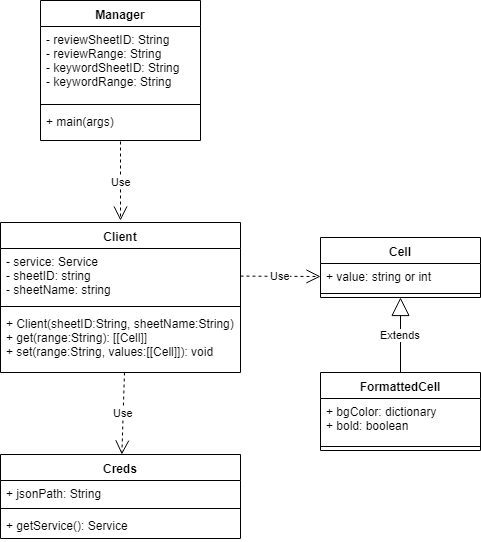
Before: diagrams/classDiagram.png, a diagram exported from draw.io (kevinwinatamichael/sheets-auto-replace). Source tidied: cells renumbered, new cells last; positions are measured from the earlier drawing's top-left corner, leaving out a move shared by most shapes. Its diagram source:
```xml
<mxGraphModel>
  <root>
    <mxCell id="0" />
    <mxCell id="1" parent="0" />
    <mxCell id="2" value="Manager" style="swimlane;fontStyle=1;align=center;verticalAlign=top;horizontal=1;startSize=26;" parent="1" vertex="1">
      <mxGeometry x="40" width="160" height="140" as="geometry" />
    </mxCell>
    <mxCell id="3" value="- reviewSheetID: String&#10;- reviewRange: String&#10;- keywordSheetID: String&#10;- keywordRange: String" style="text;strokeColor=none;fillColor=none;align=left;verticalAlign=top;spacingLeft=4;spacingRight=4;overflow=hidden;" parent="2" vertex="1">
      <mxGeometry y="26" width="160" height="74" as="geometry" />
    </mxCell>
    <mxCell id="4" style="line;strokeWidth=1;fillColor=none;align=left;verticalAlign=middle;spacingTop=-1;spacingLeft=3;spacingRight=3;labelPosition=right;" parent="2" vertex="1">
      <mxGeometry y="100" width="160" height="8" as="geometry" />
    </mxCell>
    <mxCell id="5" value="+ main(args)&#10;" style="text;strokeColor=none;fillColor=none;align=left;verticalAlign=top;spacingLeft=4;spacingRight=4;overflow=hidden;points=[[0,0.5],[1,0.5]];portConstraint=eastwest;" parent="2" vertex="1">
      <mxGeometry y="108" width="160" height="32" as="geometry" />
    </mxCell>
    <mxCell id="6" value="Creds" style="swimlane;fontStyle=1;align=center;verticalAlign=top;horizontal=1;startSize=26;" parent="1" vertex="1">
      <mxGeometry y="454" width="240" height="84" as="geometry" />
    </mxCell>
    <mxCell id="7" value="+ jsonPath: String&#10;" style="text;strokeColor=none;fillColor=none;align=left;verticalAlign=top;spacingLeft=4;spacingRight=4;overflow=hidden;" parent="6" vertex="1">
      <mxGeometry y="26" width="240" height="24" as="geometry" />
    </mxCell>
    <mxCell id="8" style="line;strokeWidth=1;fillColor=none;align=left;verticalAlign=middle;spacingTop=-1;spacingLeft=3;spacingRight=3;labelPosition=right;" parent="6" vertex="1">
      <mxGeometry y="50" width="240" height="8" as="geometry" />
    </mxCell>
    <mxCell id="9" value="+ getService(): Service" style="text;strokeColor=none;fillColor=none;align=left;verticalAlign=top;spacingLeft=4;spacingRight=4;overflow=hidden;" parent="6" vertex="1">
      <mxGeometry y="58" width="240" height="26" as="geometry" />
    </mxCell>
    <mxCell id="10" value="Client&#10;" style="swimlane;fontStyle=1;align=center;verticalAlign=top;horizontal=1;startSize=26;" parent="1" vertex="1">
      <mxGeometry y="222" width="240" height="150" as="geometry" />
    </mxCell>
    <mxCell id="11" value="- service: Service&#10;- sheetID: string&#10;- sheetName: string&#10;&#10;" style="text;strokeColor=none;fillColor=none;align=left;verticalAlign=top;spacingLeft=4;spacingRight=4;overflow=hidden;points=[[0,0.5],[1,0.5]];portConstraint=eastwest;" parent="10" vertex="1">
      <mxGeometry y="26" width="240" height="54" as="geometry" />
    </mxCell>
    <mxCell id="12" style="line;strokeWidth=1;fillColor=none;align=left;verticalAlign=middle;spacingTop=-1;spacingLeft=3;spacingRight=3;labelPosition=right;" parent="10" vertex="1">
      <mxGeometry y="80" width="240" height="8" as="geometry" />
    </mxCell>
    <mxCell id="13" value="+ Client(sheetID:String, sheetName:String)&#10;+ get(range:String): [[Cell]]&#10;+ set(range:String, values:[[Cell]]): void&#10;&#10;" style="text;strokeColor=none;fillColor=none;align=left;verticalAlign=top;spacingLeft=4;spacingRight=4;overflow=hidden;points=[[0,0.5],[1,0.5]];portConstraint=eastwest;" parent="10" vertex="1">
      <mxGeometry y="88" width="240" height="62" as="geometry" />
    </mxCell>
    <mxCell id="14" value="Cell" style="swimlane;fontStyle=1;align=center;verticalAlign=top;horizontal=1;startSize=26;" parent="1" vertex="1">
      <mxGeometry x="320" y="237" width="160" height="60" as="geometry" />
    </mxCell>
    <mxCell id="15" value="+ value: string or int&#10;" style="text;strokeColor=none;fillColor=none;align=left;verticalAlign=top;spacingLeft=4;spacingRight=4;overflow=hidden;points=[[0,0.5],[1,0.5]];portConstraint=eastwest;" parent="14" vertex="1">
      <mxGeometry y="26" width="160" height="26" as="geometry" />
    </mxCell>
    <mxCell id="16" style="line;strokeWidth=1;fillColor=none;align=left;verticalAlign=middle;spacingTop=-1;spacingLeft=3;spacingRight=3;labelPosition=right;" parent="14" vertex="1">
      <mxGeometry y="52" width="160" height="8" as="geometry" />
    </mxCell>
    <mxCell id="17" value="FormattedCell" style="swimlane;fontStyle=1;align=center;verticalAlign=top;horizontal=1;startSize=26;" parent="1" vertex="1">
      <mxGeometry x="320" y="372" width="160" height="78" as="geometry" />
    </mxCell>
    <mxCell id="18" value="+ bgColor: dictionary&#10;+ bold: boolean&#10;" style="text;strokeColor=none;fillColor=none;align=left;verticalAlign=top;spacingLeft=4;spacingRight=4;overflow=hidden;" parent="17" vertex="1">
      <mxGeometry y="26" width="160" height="44" as="geometry" />
    </mxCell>
    <mxCell id="19" style="line;strokeWidth=1;fillColor=none;align=left;verticalAlign=middle;spacingTop=-1;spacingLeft=3;spacingRight=3;labelPosition=right;" parent="17" vertex="1">
      <mxGeometry y="70" width="160" height="8" as="geometry" />
    </mxCell>
    <mxCell id="20" value="Extends" style="endArrow=block;endSize=16;endFill=0;html=1;exitX=0.5;exitY=0;exitDx=0;exitDy=0;entryX=0.5;entryY=1;entryDx=0;entryDy=0;" parent="1" edge="1" source="17" target="14">
      <mxGeometry relative="1" as="geometry" />
    </mxCell>
    <mxCell id="21" value="Use" style="endArrow=open;endSize=12;dashed=1;html=1;entryX=0;entryY=0.5;entryDx=0;entryDy=0;" parent="1" edge="1" source="11" target="15">
      <mxGeometry relative="1" as="geometry" />
    </mxCell>
    <mxCell id="22" value="Use" style="endArrow=open;endSize=12;dashed=1;html=1;exitX=0.517;exitY=1;exitDx=0;exitDy=0;exitPerimeter=0;" parent="1" edge="1" source="13" target="6">
      <mxGeometry relative="1" as="geometry" />
    </mxCell>
    <mxCell id="23" value="Use" style="endArrow=open;endSize=12;dashed=1;html=1;" parent="1" edge="1">
      <mxGeometry relative="1" as="geometry">
        <mxPoint x="120" y="141" as="sourcePoint" />
        <mxPoint x="120" y="220" as="targetPoint" />
      </mxGeometry>
    </mxCell>
  </root>
</mxGraphModel>
```
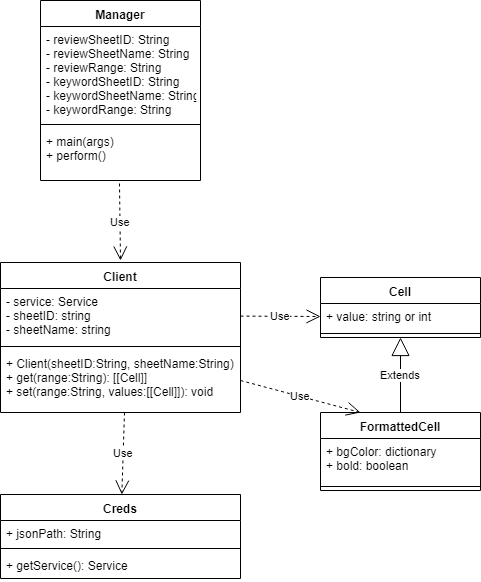
After the change.

Diff of the diagram source:
```diff
@@ -3,16 +3,16 @@
     <mxCell id="0" />
     <mxCell id="1" parent="0" />
     <mxCell id="2" value="Manager" style="swimlane;fontStyle=1;align=center;verticalAlign=top;horizontal=1;startSize=26;" parent="1" vertex="1">
-      <mxGeometry x="40" width="160" height="140" as="geometry" />
+      <mxGeometry x="40" y="-40" width="160" height="180" as="geometry" />
     </mxCell>
-    <mxCell id="3" value="- reviewSheetID: String&#10;- reviewRange: String&#10;- keywordSheetID: String&#10;- keywordRange: String" style="text;strokeColor=none;fillColor=none;align=left;verticalAlign=top;spacingLeft=4;spacingRight=4;overflow=hidden;" parent="2" vertex="1">
-      <mxGeometry y="26" width="160" height="74" as="geometry" />
+    <mxCell id="3" value="- reviewSheetID: String&#10;- reviewSheetName: String&#10;- reviewRange: String&#10;- keywordSheetID: String&#10;- keywordSheetName: String&#10;- keywordRange: String" style="text;strokeColor=none;fillColor=none;align=left;verticalAlign=top;spacingLeft=4;spacingRight=4;overflow=hidden;" parent="2" vertex="1">
+      <mxGeometry y="26" width="160" height="94" as="geometry" />
     </mxCell>
     <mxCell id="4" style="line;strokeWidth=1;fillColor=none;align=left;verticalAlign=middle;spacingTop=-1;spacingLeft=3;spacingRight=3;labelPosition=right;" parent="2" vertex="1">
-      <mxGeometry y="100" width="160" height="8" as="geometry" />
+      <mxGeometry y="120" width="160" height="8" as="geometry" />
     </mxCell>
-    <mxCell id="5" value="+ main(args)&#10;" style="text;strokeColor=none;fillColor=none;align=left;verticalAlign=top;spacingLeft=4;spacingRight=4;overflow=hidden;points=[[0,0.5],[1,0.5]];portConstraint=eastwest;" parent="2" vertex="1">
-      <mxGeometry y="108" width="160" height="32" as="geometry" />
+    <mxCell id="5" value="+ main(args)&#10;+ perform()" style="text;strokeColor=none;fillColor=none;align=left;verticalAlign=top;spacingLeft=4;spacingRight=4;overflow=hidden;points=[[0,0.5],[1,0.5]];portConstraint=eastwest;" parent="2" vertex="1">
+      <mxGeometry y="128" width="160" height="52" as="geometry" />
     </mxCell>
     <mxCell id="6" value="Creds" style="swimlane;fontStyle=1;align=center;verticalAlign=top;horizontal=1;startSize=26;" parent="1" vertex="1">
       <mxGeometry y="454" width="240" height="84" as="geometry" />
@@ -65,11 +65,15 @@
     <mxCell id="22" value="Use" style="endArrow=open;endSize=12;dashed=1;html=1;exitX=0.517;exitY=1;exitDx=0;exitDy=0;exitPerimeter=0;" parent="1" edge="1" source="13" target="6">
       <mxGeometry relative="1" as="geometry" />
     </mxCell>
-    <mxCell id="23" value="Use" style="endArrow=open;endSize=12;dashed=1;html=1;" parent="1" edge="1">
+    <mxCell id="23" value="Use" style="endArrow=open;endSize=12;dashed=1;html=1;exitX=0.494;exitY=1.064;exitDx=0;exitDy=0;exitPerimeter=0;" parent="1" edge="1" source="5">
       <mxGeometry relative="1" as="geometry">
-        <mxPoint x="120" y="141" as="sourcePoint" />
         <mxPoint x="120" y="220" as="targetPoint" />
       </mxGeometry>
     </mxCell>
+    <mxCell id="24" value="Use" style="endArrow=open;endSize=12;dashed=1;html=1;entryX=0.25;entryY=0;entryDx=0;entryDy=0;" parent="1" edge="1" target="17">
+      <mxGeometry relative="1" as="geometry">
+        <mxPoint x="240" y="340" as="sourcePoint" />
+      </mxGeometry>
+    </mxCell>
   </root>
 </mxGraphModel>
```
